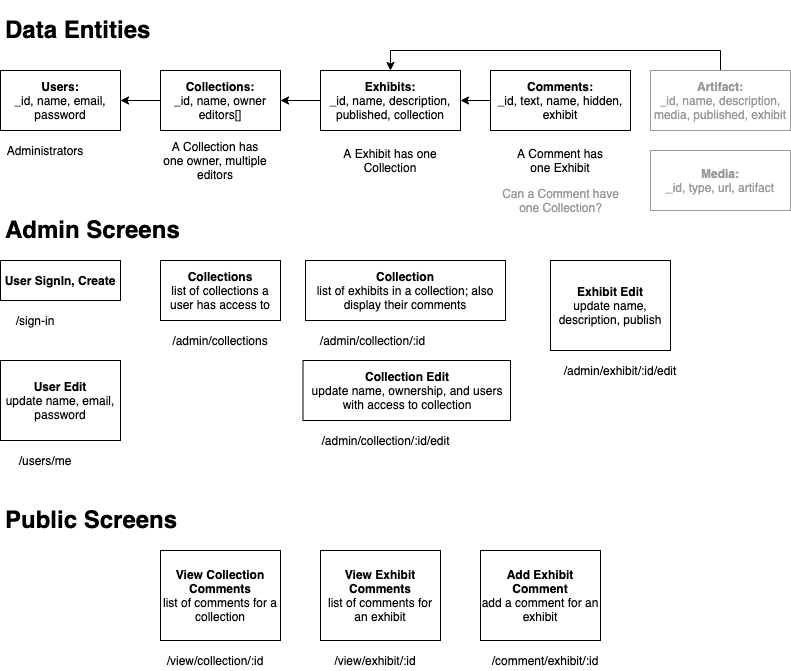
Earlier version of the draw.io export InteractiveExhibit-design.png (stellarjaydoc/architecture). Source tidied: cells renumbered, new cells last; positions are measured from the earlier drawing's top-left corner, leaving out a move shared by most shapes.
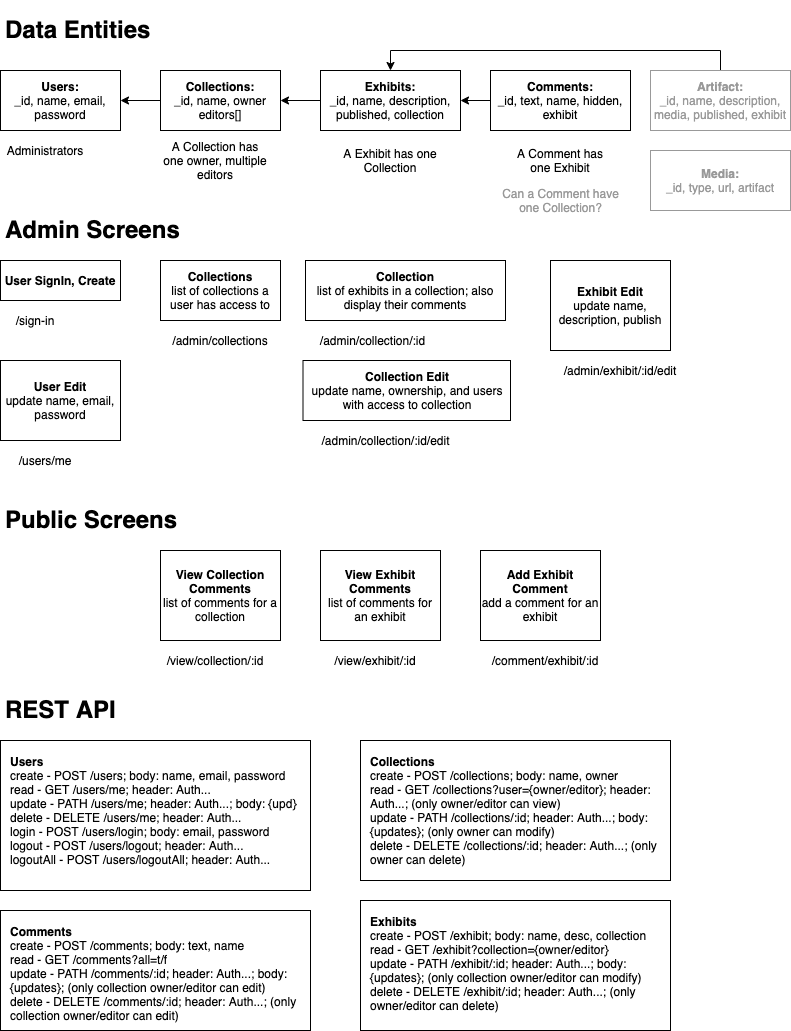
The same diagram one commit later.

What changed in the source:
```diff
@@ -113,5 +113,20 @@
     <mxCell id="38" value="&lt;b&gt;Media:&lt;/b&gt;&lt;br&gt;_id, type, url, artifact" style="rounded=0;whiteSpace=wrap;html=1;strokeColor=#999999;fontColor=#999999;" parent="1" vertex="1">
       <mxGeometry x="650" y="140" width="140" height="60" as="geometry" />
     </mxCell>
+    <mxCell id="39" value="&lt;b&gt;Users&lt;/b&gt;&lt;br&gt;create - POST /users; body: name, email, password&lt;br&gt;read - GET /users/me; header: Auth...&lt;br&gt;update - PATH /users/me; header: Auth...; body: {upd}&lt;br&gt;delete - DELETE /users/me; header: Auth...&lt;br&gt;login - POST /users/login; body: email, password&amp;nbsp;&lt;br&gt;logout - POST /users/logout;&amp;nbsp;header: Auth...&lt;br&gt;logoutAll - POST /users/logoutAll;&amp;nbsp;header: Auth..." style="rounded=0;whiteSpace=wrap;html=1;align=left;spacing=10;verticalAlign=top;" parent="1" vertex="1">
+      <mxGeometry y="730" width="310" height="150" as="geometry" />
+    </mxCell>
+    <mxCell id="40" value="&lt;h1&gt;REST API&lt;/h1&gt;" style="text;html=1;strokeColor=none;fillColor=none;spacing=5;spacingTop=-20;whiteSpace=wrap;overflow=hidden;rounded=0;" parent="1" vertex="1">
+      <mxGeometry y="680" width="190" height="40" as="geometry" />
+    </mxCell>
+    <mxCell id="41" value="&lt;b&gt;Comments&lt;/b&gt;&lt;br&gt;create - POST /comments; body: text, name&lt;br&gt;read - GET /comments?all=t/f&lt;br&gt;update - PATH /comments/:id; header: Auth...; body: {updates}; (only collection owner/editor can edit)&lt;br&gt;delete - DELETE /comments/:id; header: Auth...; (only collection owner/editor can edit)" style="rounded=0;whiteSpace=wrap;html=1;align=left;spacing=10;verticalAlign=top;" parent="1" vertex="1">
+      <mxGeometry y="900" width="310" height="120" as="geometry" />
+    </mxCell>
+    <mxCell id="42" value="&lt;b&gt;Collections&lt;/b&gt;&lt;br&gt;create - POST /collections; body: name, owner&lt;br&gt;read - GET /collections?user={owner/editor}; header: Auth...; (only owner/editor can view)&lt;br&gt;update - PATH /collections/:id; header: Auth...; body: {updates}; (only owner can modify)&lt;br&gt;delete - DELETE /collections/:id; header: Auth...; (only owner can delete)" style="rounded=0;whiteSpace=wrap;html=1;align=left;spacing=10;verticalAlign=top;" parent="1" vertex="1">
+      <mxGeometry x="360" y="730" width="310" height="140" as="geometry" />
+    </mxCell>
+    <mxCell id="43" value="&lt;b&gt;Exhibits&lt;/b&gt;&lt;br&gt;create - POST /exhibit; body: name, desc, collection&lt;br&gt;read - GET /exhibit?collection={owner/editor}&lt;br&gt;update - PATH /exhibit/:id; header: Auth...; body: {updates}; (only collection owner/editor can modify)&lt;br&gt;delete - DELETE /exhibit/:id; header: Auth...; (only owner/editor&amp;nbsp;can delete)" style="rounded=0;whiteSpace=wrap;html=1;align=left;spacing=10;verticalAlign=top;" parent="1" vertex="1">
+      <mxGeometry x="360" y="890" width="310" height="130" as="geometry" />
+    </mxCell>
   </root>
 </mxGraphModel>
```
